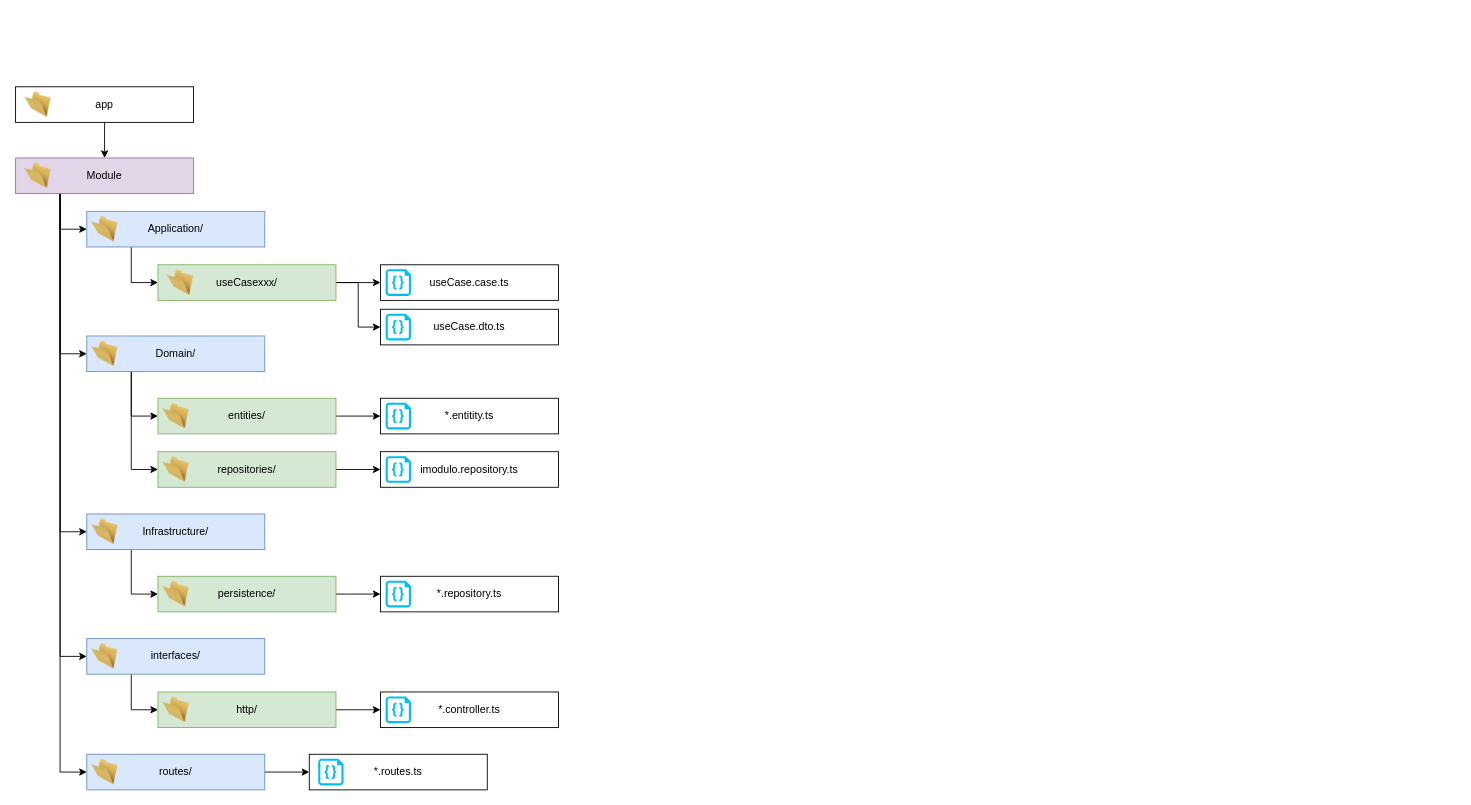
Earlier version of the draw.io diagram page "Module" (1 of 2) of base-diagram.drawio (xfxstudios/express-ddd-api). Source tidied: cells renumbered, new cells numbered last; positions are measured from the earlier drawing's top-left corner, leaving out a move shared by most shapes. Both pictures are drawn from the tidied source at 89%, with x=0, y=0 at pixel (15, 86).
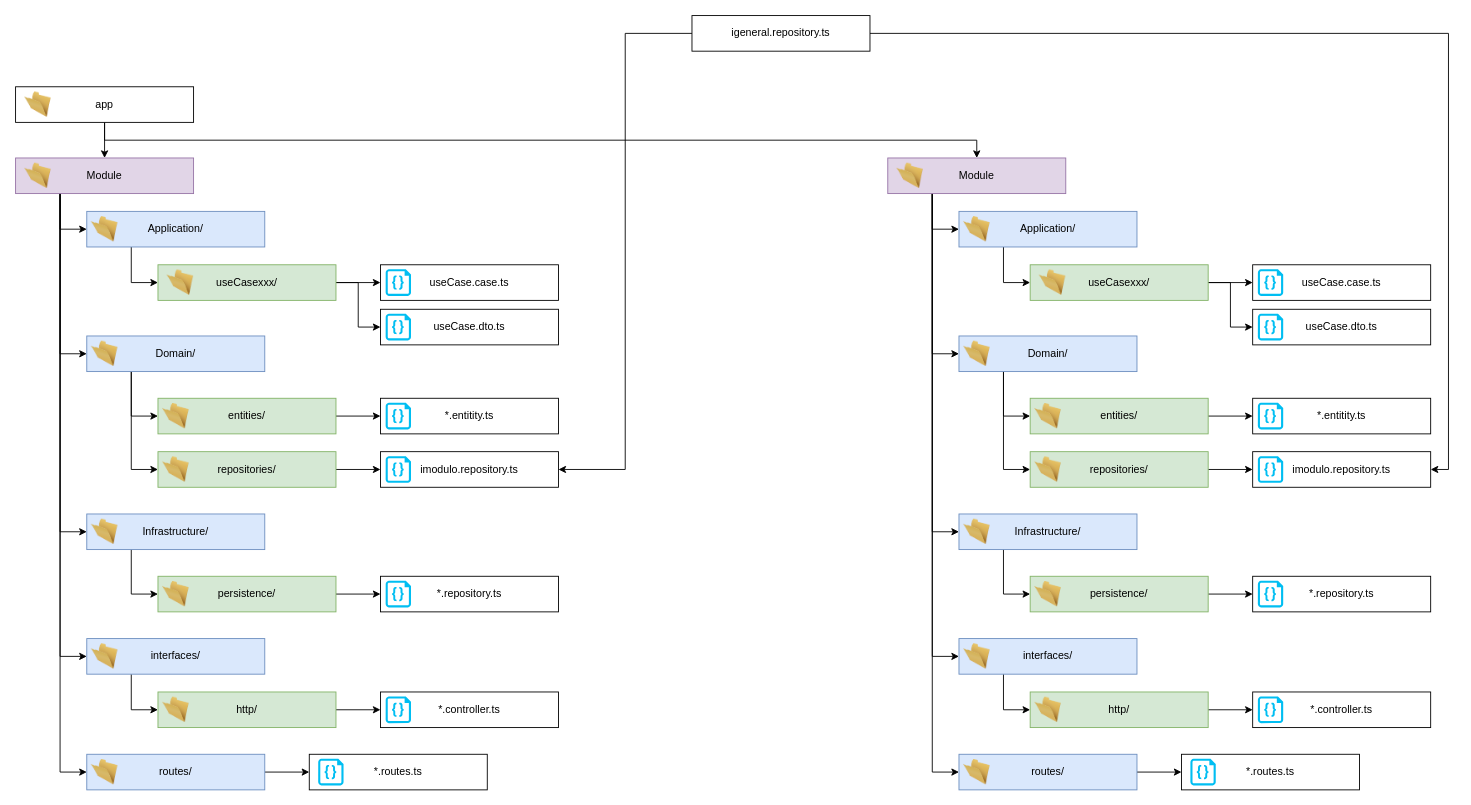
After the change.

Unchanged cells that the change refers to:
```xml
<mxCell id="22" value="imodulo.repository.ts" style="rounded=0;whiteSpace=wrap;html=1;" parent="1" vertex="1">
  <mxGeometry x="410" y="410" width="200" height="40" as="geometry" />
</mxCell>
<mxCell id="56" value="app" style="rounded=0;whiteSpace=wrap;html=1;" parent="1" vertex="1">
  <mxGeometry width="200" height="40" as="geometry" />
</mxCell>
```

Change to the diagram source:
```diff
@@
+    <mxCell id="58" style="edgeStyle=orthogonalEdgeStyle;rounded=0;jettySize=auto;html=1;exitX=0.5;exitY=1;exitDx=0;exitDy=0;entryX=0.5;entryY=0;entryDx=0;entryDy=0;" parent="1" edge="1" source="56" target="67">
+      <mxGeometry relative="1" as="geometry" />
+    </mxCell>
@@
+    <mxCell id="59" style="edgeStyle=orthogonalEdgeStyle;rounded=0;jettySize=auto;html=1;exitX=1;exitY=0.5;exitDx=0;exitDy=0;entryX=1;entryY=0.5;entryDx=0;entryDy=0;" parent="1" edge="1" source="61" target="82">
+      <mxGeometry relative="1" as="geometry" />
+    </mxCell>
+    <mxCell id="60" style="edgeStyle=orthogonalEdgeStyle;rounded=0;jettySize=auto;html=1;exitX=0;exitY=0.5;exitDx=0;exitDy=0;entryX=1;entryY=0.5;entryDx=0;entryDy=0;" parent="1" edge="1" source="61" target="22">
+      <mxGeometry relative="1" as="geometry" />
+    </mxCell>
+    <mxCell id="61" value="igeneral.repository.ts" style="rounded=0;whiteSpace=wrap;html=1;" parent="1" vertex="1">
+      <mxGeometry x="760" y="-80" width="200" height="40" as="geometry" />
+    </mxCell>
+    <mxCell id="62" style="edgeStyle=orthogonalEdgeStyle;rounded=0;jettySize=auto;html=1;exitX=0.25;exitY=1;exitDx=0;exitDy=0;entryX=0;entryY=0.5;entryDx=0;entryDy=0;" parent="1" edge="1" source="67" target="69">
+      <mxGeometry relative="1" as="geometry" />
+    </mxCell>
+    <mxCell id="63" style="edgeStyle=orthogonalEdgeStyle;rounded=0;jettySize=auto;html=1;exitX=0.25;exitY=1;exitDx=0;exitDy=0;entryX=0;entryY=0.5;entryDx=0;entryDy=0;" parent="1" edge="1" source="67" target="77">
+      <mxGeometry relative="1" as="geometry" />
+    </mxCell>
+    <mxCell id="64" style="edgeStyle=orthogonalEdgeStyle;rounded=0;jettySize=auto;html=1;exitX=0.25;exitY=1;exitDx=0;exitDy=0;entryX=0;entryY=0.5;entryDx=0;entryDy=0;" parent="1" edge="1" source="67" target="85">
+      <mxGeometry relative="1" as="geometry" />
+    </mxCell>
+    <mxCell id="65" style="edgeStyle=orthogonalEdgeStyle;rounded=0;jettySize=auto;html=1;exitX=0.25;exitY=1;exitDx=0;exitDy=0;entryX=0;entryY=0.5;entryDx=0;entryDy=0;" parent="1" edge="1" source="67" target="90">
+      <mxGeometry relative="1" as="geometry" />
+    </mxCell>
+    <mxCell id="66" style="edgeStyle=orthogonalEdgeStyle;rounded=0;jettySize=auto;html=1;exitX=0.25;exitY=1;exitDx=0;exitDy=0;entryX=0;entryY=0.5;entryDx=0;entryDy=0;" parent="1" edge="1" source="67" target="95">
+      <mxGeometry relative="1" as="geometry" />
+    </mxCell>
+    <mxCell id="67" value="Module" style="rounded=0;whiteSpace=wrap;html=1;fillColor=#e1d5e7;strokeColor=#9673a6;" parent="1" vertex="1">
+      <mxGeometry x="980" y="80" width="200" height="40" as="geometry" />
+    </mxCell>
+    <mxCell id="68" style="edgeStyle=orthogonalEdgeStyle;rounded=0;jettySize=auto;html=1;exitX=0.25;exitY=1;exitDx=0;exitDy=0;entryX=0;entryY=0.5;entryDx=0;entryDy=0;" parent="1" edge="1" source="69" target="72">
+      <mxGeometry relative="1" as="geometry" />
+    </mxCell>
+    <mxCell id="69" value="Application/" style="rounded=0;whiteSpace=wrap;html=1;fillColor=#dae8fc;strokeColor=#6c8ebf;" parent="1" vertex="1">
+      <mxGeometry x="1060" y="140" width="200" height="40" as="geometry" />
+    </mxCell>
+    <mxCell id="70" style="edgeStyle=orthogonalEdgeStyle;rounded=0;jettySize=auto;html=1;exitX=1;exitY=0.5;exitDx=0;exitDy=0;entryX=0;entryY=0.5;entryDx=0;entryDy=0;" parent="1" edge="1" source="72" target="73">
+      <mxGeometry relative="1" as="geometry" />
+    </mxCell>
+    <mxCell id="71" style="edgeStyle=orthogonalEdgeStyle;rounded=0;jettySize=auto;html=1;exitX=1;exitY=0.5;exitDx=0;exitDy=0;entryX=0;entryY=0.5;entryDx=0;entryDy=0;" parent="1" edge="1" source="72" target="74">
+      <mxGeometry relative="1" as="geometry" />
+    </mxCell>
+    <mxCell id="72" value="useCasexxx/" style="rounded=0;whiteSpace=wrap;html=1;fillColor=#d5e8d4;strokeColor=#82b366;" parent="1" vertex="1">
+      <mxGeometry x="1140" y="200" width="200" height="40" as="geometry" />
+    </mxCell>
+    <mxCell id="73" value="useCase.case.ts" style="rounded=0;whiteSpace=wrap;html=1;" parent="1" vertex="1">
+      <mxGeometry x="1390" y="200" width="200" height="40" as="geometry" />
+    </mxCell>
+    <mxCell id="74" value="useCase.dto.ts" style="rounded=0;whiteSpace=wrap;html=1;" parent="1" vertex="1">
+      <mxGeometry x="1390" y="250" width="200" height="40" as="geometry" />
+    </mxCell>
+    <mxCell id="75" style="edgeStyle=orthogonalEdgeStyle;rounded=0;jettySize=auto;html=1;exitX=0.25;exitY=1;exitDx=0;exitDy=0;entryX=0;entryY=0.5;entryDx=0;entryDy=0;" parent="1" edge="1" source="77" target="79">
+      <mxGeometry relative="1" as="geometry" />
+    </mxCell>
+    <mxCell id="76" style="edgeStyle=orthogonalEdgeStyle;rounded=0;jettySize=auto;html=1;exitX=0.25;exitY=1;exitDx=0;exitDy=0;entryX=0;entryY=0.5;entryDx=0;entryDy=0;" parent="1" edge="1" source="77" target="81">
+      <mxGeometry relative="1" as="geometry" />
+    </mxCell>
+    <mxCell id="77" value="Domain/" style="rounded=0;whiteSpace=wrap;html=1;fillColor=#dae8fc;strokeColor=#6c8ebf;" parent="1" vertex="1">
+      <mxGeometry x="1060" y="280" width="200" height="40" as="geometry" />
+    </mxCell>
+    <mxCell id="78" style="edgeStyle=orthogonalEdgeStyle;rounded=0;jettySize=auto;html=1;exitX=1;exitY=0.5;exitDx=0;exitDy=0;entryX=0;entryY=0.5;entryDx=0;entryDy=0;" parent="1" edge="1" source="79" target="83">
+      <mxGeometry relative="1" as="geometry" />
+    </mxCell>
+    <mxCell id="79" value="entities/" style="rounded=0;whiteSpace=wrap;html=1;fillColor=#d5e8d4;strokeColor=#82b366;" parent="1" vertex="1">
+      <mxGeometry x="1140" y="350" width="200" height="40" as="geometry" />
+    </mxCell>
+    <mxCell id="80" style="edgeStyle=orthogonalEdgeStyle;rounded=0;jettySize=auto;html=1;exitX=1;exitY=0.5;exitDx=0;exitDy=0;entryX=0;entryY=0.5;entryDx=0;entryDy=0;" parent="1" edge="1" source="81" target="82">
+      <mxGeometry relative="1" as="geometry" />
+    </mxCell>
+    <mxCell id="81" value="repositories/" style="rounded=0;whiteSpace=wrap;html=1;fillColor=#d5e8d4;strokeColor=#82b366;" parent="1" vertex="1">
+      <mxGeometry x="1140" y="410" width="200" height="40" as="geometry" />
+    </mxCell>
+    <mxCell id="82" value="imodulo.repository.ts" style="rounded=0;whiteSpace=wrap;html=1;" parent="1" vertex="1">
+      <mxGeometry x="1390" y="410" width="200" height="40" as="geometry" />
+    </mxCell>
+    <mxCell id="83" value="*.entitity.ts" style="rounded=0;whiteSpace=wrap;html=1;" parent="1" vertex="1">
+      <mxGeometry x="1390" y="350" width="200" height="40" as="geometry" />
+    </mxCell>
+    <mxCell id="84" style="edgeStyle=orthogonalEdgeStyle;rounded=0;jettySize=auto;html=1;exitX=0.25;exitY=1;exitDx=0;exitDy=0;entryX=0;entryY=0.5;entryDx=0;entryDy=0;" parent="1" edge="1" source="85" target="87">
+      <mxGeometry relative="1" as="geometry" />
+    </mxCell>
+    <mxCell id="85" value="Infrastructure/" style="rounded=0;whiteSpace=wrap;html=1;fillColor=#dae8fc;strokeColor=#6c8ebf;" parent="1" vertex="1">
+      <mxGeometry x="1060" y="480" width="200" height="40" as="geometry" />
+    </mxCell>
+    <mxCell id="86" style="edgeStyle=orthogonalEdgeStyle;rounded=0;jettySize=auto;html=1;exitX=1;exitY=0.5;exitDx=0;exitDy=0;entryX=0;entryY=0.5;entryDx=0;entryDy=0;" parent="1" edge="1" source="87" target="88">
+      <mxGeometry relative="1" as="geometry" />
+    </mxCell>
+    <mxCell id="87" value="persistence/" style="rounded=0;whiteSpace=wrap;html=1;fillColor=#d5e8d4;strokeColor=#82b366;" parent="1" vertex="1">
+      <mxGeometry x="1140" y="550" width="200" height="40" as="geometry" />
+    </mxCell>
+    <mxCell id="88" value="*.repository.ts" style="rounded=0;whiteSpace=wrap;html=1;" parent="1" vertex="1">
+      <mxGeometry x="1390" y="550" width="200" height="40" as="geometry" />
+    </mxCell>
+    <mxCell id="89" style="edgeStyle=orthogonalEdgeStyle;rounded=0;jettySize=auto;html=1;exitX=0.25;exitY=1;exitDx=0;exitDy=0;entryX=0;entryY=0.5;entryDx=0;entryDy=0;" parent="1" edge="1" source="90" target="92">
+      <mxGeometry relative="1" as="geometry" />
+    </mxCell>
+    <mxCell id="90" value="interfaces/" style="rounded=0;whiteSpace=wrap;html=1;fillColor=#dae8fc;strokeColor=#6c8ebf;" parent="1" vertex="1">
+      <mxGeometry x="1060" y="620" width="200" height="40" as="geometry" />
+    </mxCell>
+    <mxCell id="91" style="edgeStyle=orthogonalEdgeStyle;rounded=0;jettySize=auto;html=1;exitX=1;exitY=0.5;exitDx=0;exitDy=0;entryX=0;entryY=0.5;entryDx=0;entryDy=0;" parent="1" edge="1" source="92" target="93">
+      <mxGeometry relative="1" as="geometry" />
+    </mxCell>
+    <mxCell id="92" value="http/" style="rounded=0;whiteSpace=wrap;html=1;fillColor=#d5e8d4;strokeColor=#82b366;" parent="1" vertex="1">
+      <mxGeometry x="1140" y="680" width="200" height="40" as="geometry" />
+    </mxCell>
+    <mxCell id="93" value="*.controller.ts" style="rounded=0;whiteSpace=wrap;html=1;" parent="1" vertex="1">
+      <mxGeometry x="1390" y="680" width="200" height="40" as="geometry" />
+    </mxCell>
+    <mxCell id="94" style="edgeStyle=orthogonalEdgeStyle;rounded=0;jettySize=auto;html=1;exitX=1;exitY=0.5;exitDx=0;exitDy=0;entryX=0;entryY=0.5;entryDx=0;entryDy=0;" parent="1" edge="1" source="95" target="96">
+      <mxGeometry relative="1" as="geometry" />
+    </mxCell>
+    <mxCell id="95" value="routes/" style="rounded=0;whiteSpace=wrap;html=1;fillColor=#dae8fc;strokeColor=#6c8ebf;" parent="1" vertex="1">
+      <mxGeometry x="1060" y="750" width="200" height="40" as="geometry" />
+    </mxCell>
+    <mxCell id="96" value="*.routes.ts" style="rounded=0;whiteSpace=wrap;html=1;" parent="1" vertex="1">
+      <mxGeometry x="1310" y="750" width="200" height="40" as="geometry" />
+    </mxCell>
+    <mxCell id="97" style="image;html=1;image=img/lib/clip_art/general/Empty_Folder_128x128.png;" parent="1" vertex="1">
+      <mxGeometry x="990" y="85" width="30" height="30" as="geometry" />
+    </mxCell>
+    <mxCell id="98" style="image;html=1;image=img/lib/clip_art/general/Empty_Folder_128x128.png;" parent="1" vertex="1">
+      <mxGeometry x="1065" y="145" width="30" height="30" as="geometry" />
+    </mxCell>
+    <mxCell id="99" style="image;html=1;image=img/lib/clip_art/general/Empty_Folder_128x128.png;" parent="1" vertex="1">
+      <mxGeometry x="1150" y="205" width="30" height="30" as="geometry" />
+    </mxCell>
+    <mxCell id="100" style="image;html=1;image=img/lib/clip_art/general/Empty_Folder_128x128.png;" parent="1" vertex="1">
+      <mxGeometry x="1065" y="285" width="30" height="30" as="geometry" />
+    </mxCell>
+    <mxCell id="101" style="image;html=1;image=img/lib/clip_art/general/Empty_Folder_128x128.png;" parent="1" vertex="1">
+      <mxGeometry x="1145" y="355" width="30" height="30" as="geometry" />
+    </mxCell>
+    <mxCell id="102" style="image;html=1;image=img/lib/clip_art/general/Empty_Folder_128x128.png;" parent="1" vertex="1">
+      <mxGeometry x="1145" y="415" width="30" height="30" as="geometry" />
+    </mxCell>
+    <mxCell id="103" style="image;html=1;image=img/lib/clip_art/general/Empty_Folder_128x128.png;" parent="1" vertex="1">
+      <mxGeometry x="1065" y="485" width="30" height="30" as="geometry" />
+    </mxCell>
+    <mxCell id="104" style="image;html=1;image=img/lib/clip_art/general/Empty_Folder_128x128.png;" parent="1" vertex="1">
+      <mxGeometry x="1145" y="555" width="30" height="30" as="geometry" />
+    </mxCell>
+    <mxCell id="105" style="image;html=1;image=img/lib/clip_art/general/Empty_Folder_128x128.png;" parent="1" vertex="1">
+      <mxGeometry x="1065" y="625" width="30" height="30" as="geometry" />
+    </mxCell>
+    <mxCell id="106" style="image;html=1;image=img/lib/clip_art/general/Empty_Folder_128x128.png;" parent="1" vertex="1">
+      <mxGeometry x="1145" y="685" width="30" height="30" as="geometry" />
+    </mxCell>
+    <mxCell id="107" style="image;html=1;image=img/lib/clip_art/general/Empty_Folder_128x128.png;" parent="1" vertex="1">
+      <mxGeometry x="1065" y="755" width="30" height="30" as="geometry" />
+    </mxCell>
+    <mxCell id="108" style="verticalLabelPosition=bottom;html=1;verticalAlign=top;align=center;strokeColor=none;fillColor=#00BEF2;shape=mxgraph.azure.code_file;" parent="1" vertex="1">
+      <mxGeometry x="1320" y="755" width="28.5" height="30" as="geometry" />
+    </mxCell>
+    <mxCell id="109" style="verticalLabelPosition=bottom;html=1;verticalAlign=top;align=center;strokeColor=none;fillColor=#00BEF2;shape=mxgraph.azure.code_file;" parent="1" vertex="1">
+      <mxGeometry x="1395.8" y="685" width="28.5" height="30" as="geometry" />
+    </mxCell>
+    <mxCell id="110" style="verticalLabelPosition=bottom;html=1;verticalAlign=top;align=center;strokeColor=none;fillColor=#00BEF2;shape=mxgraph.azure.code_file;" parent="1" vertex="1">
+      <mxGeometry x="1395.8" y="555" width="28.5" height="30" as="geometry" />
+    </mxCell>
+    <mxCell id="111" style="verticalLabelPosition=bottom;html=1;verticalAlign=top;align=center;strokeColor=none;fillColor=#00BEF2;shape=mxgraph.azure.code_file;" parent="1" vertex="1">
+      <mxGeometry x="1395.8" y="415" width="28.5" height="30" as="geometry" />
+    </mxCell>
+    <mxCell id="112" style="verticalLabelPosition=bottom;html=1;verticalAlign=top;align=center;strokeColor=none;fillColor=#00BEF2;shape=mxgraph.azure.code_file;" parent="1" vertex="1">
+      <mxGeometry x="1395.8" y="355" width="28.5" height="30" as="geometry" />
+    </mxCell>
+    <mxCell id="113" style="verticalLabelPosition=bottom;html=1;verticalAlign=top;align=center;strokeColor=none;fillColor=#00BEF2;shape=mxgraph.azure.code_file;" parent="1" vertex="1">
+      <mxGeometry x="1395.8" y="255" width="28.5" height="30" as="geometry" />
+    </mxCell>
+    <mxCell id="114" style="verticalLabelPosition=bottom;html=1;verticalAlign=top;align=center;strokeColor=none;fillColor=#00BEF2;shape=mxgraph.azure.code_file;" parent="1" vertex="1">
+      <mxGeometry x="1395.8" y="205" width="28.5" height="30" as="geometry" />
+    </mxCell>
```
